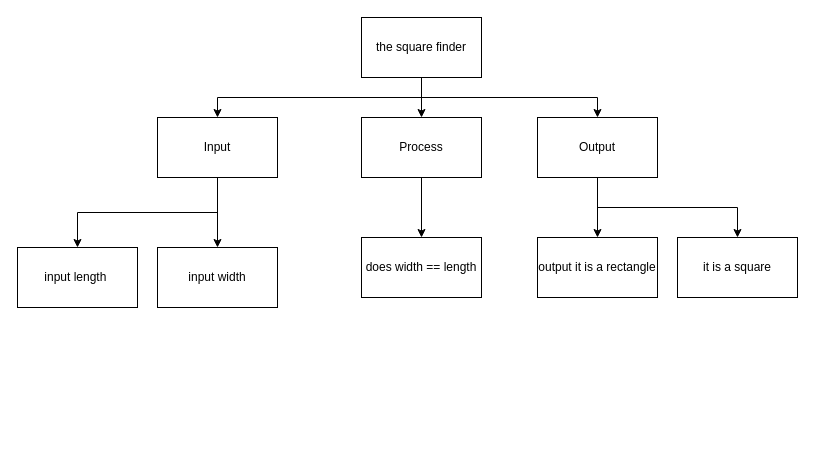
Before: plan.drawio in devin-jhu/ICS3U-Assignment3-Python, a draw.io diagram. Source tidied: cells renumbered, new cells numbered last; positions are measured from the earlier drawing's top-left corner, leaving out a move shared by most shapes. Both pictures are drawn from the tidied source at 100%, with x=0, y=0 at pixel (17, 17).
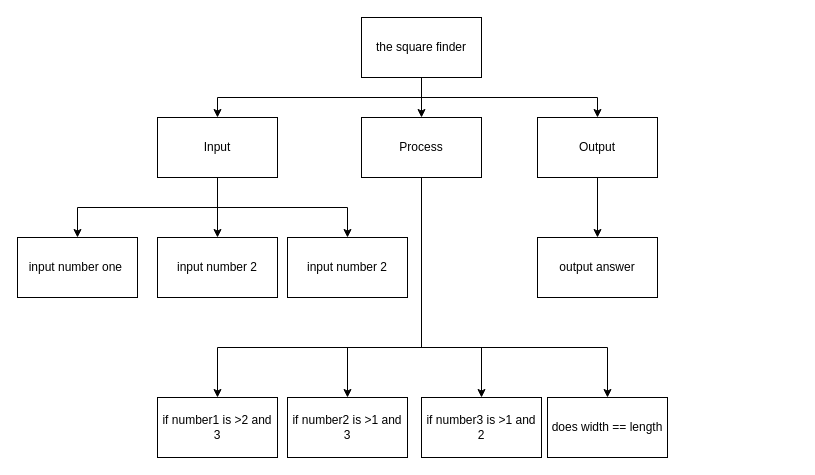
The same page after the edit.

Unchanged cells that the change refers to:
```xml
<mxCell id="8" value="Input" style="rounded=0;whiteSpace=wrap;html=1;" parent="1" vertex="1">
  <mxGeometry x="140" y="100" width="120" height="60" as="geometry" />
</mxCell>
<mxCell id="10" value="Process" style="rounded=0;whiteSpace=wrap;html=1;" parent="1" vertex="1">
  <mxGeometry x="344" y="100" width="120" height="60" as="geometry" />
</mxCell>
<mxCell id="13" value="Output" style="rounded=0;whiteSpace=wrap;html=1;" parent="1" vertex="1">
  <mxGeometry x="520" y="100" width="120" height="60" as="geometry" />
</mxCell>
```

The edit, as a diff of the source:
```diff
@@
+    <mxCell id="19" style="edgeStyle=orthogonalEdgeStyle;html=1;exitX=0.5;exitY=1;exitDx=0;exitDy=0;entryX=0.5;entryY=0;entryDx=0;entryDy=0;rounded=0;" parent="1" edge="1" source="8" target="23">
+      <mxGeometry relative="1" as="geometry" />
+    </mxCell>
@@
     <mxCell id="9" style="edgeStyle=orthogonalEdgeStyle;html=1;exitX=0.5;exitY=1;exitDx=0;exitDy=0;rounded=0;" parent="1" edge="1" source="10" target="14">
-      <mxGeometry relative="1" as="geometry" />
+      <mxGeometry relative="1" as="geometry">
+        <Array as="points">
+          <mxPoint x="404" y="330" />
+          <mxPoint x="590" y="330" />
+        </Array>
+      </mxGeometry>
     </mxCell>
+    <mxCell id="20" style="edgeStyle=orthogonalEdgeStyle;rounded=0;html=1;exitX=0.5;exitY=1;exitDx=0;exitDy=0;entryX=0.5;entryY=0;entryDx=0;entryDy=0;" parent="1" edge="1" source="10" target="24">
+      <mxGeometry relative="1" as="geometry">
+        <Array as="points">
+          <mxPoint x="404" y="330" />
+          <mxPoint x="464" y="330" />
+        </Array>
+      </mxGeometry>
+    </mxCell>
+    <mxCell id="21" style="edgeStyle=orthogonalEdgeStyle;rounded=0;html=1;exitX=0.5;exitY=1;exitDx=0;exitDy=0;entryX=0.5;entryY=0;entryDx=0;entryDy=0;" parent="1" edge="1" source="10" target="25">
+      <mxGeometry relative="1" as="geometry">
+        <Array as="points">
+          <mxPoint x="404" y="330" />
+          <mxPoint x="330" y="330" />
+        </Array>
+      </mxGeometry>
+    </mxCell>
+    <mxCell id="22" style="edgeStyle=orthogonalEdgeStyle;rounded=0;html=1;exitX=0.5;exitY=1;exitDx=0;exitDy=0;" parent="1" edge="1" source="10" target="26">
+      <mxGeometry relative="1" as="geometry">
+        <Array as="points">
+          <mxPoint x="404" y="330" />
+          <mxPoint x="200" y="330" />
+        </Array>
+      </mxGeometry>
+    </mxCell>
@@
-    <mxCell id="11" style="edgeStyle=orthogonalEdgeStyle;html=1;exitX=0.5;exitY=1;exitDx=0;exitDy=0;rounded=0;" parent="1" edge="1" source="13" target="15">
-      <mxGeometry relative="1" as="geometry" />
-    </mxCell>
@@
     <mxCell id="14" value="does width == length" style="rounded=0;whiteSpace=wrap;html=1;" parent="1" vertex="1">
-      <mxGeometry x="344" y="220" width="120" height="60" as="geometry" />
+      <mxGeometry x="530" y="380" width="120" height="60" as="geometry" />
     </mxCell>
-    <mxCell id="15" value="it is a square" style="rounded=0;whiteSpace=wrap;html=1;" parent="1" vertex="1">
-      <mxGeometry x="660" y="220" width="120" height="60" as="geometry" />
-    </mxCell>
-    <mxCell id="16" value="input length&amp;nbsp;" style="rounded=0;whiteSpace=wrap;html=1;" parent="1" vertex="1">
-      <mxGeometry y="230" width="120" height="60" as="geometry" />
+    <mxCell id="16" value="input number one&amp;nbsp;" style="rounded=0;whiteSpace=wrap;html=1;" parent="1" vertex="1">
+      <mxGeometry y="220" width="120" height="60" as="geometry" />
     </mxCell>
-    <mxCell id="17" value="input width" style="rounded=0;whiteSpace=wrap;html=1;" parent="1" vertex="1">
-      <mxGeometry x="140" y="230" width="120" height="60" as="geometry" />
+    <mxCell id="17" value="input number 2" style="rounded=0;whiteSpace=wrap;html=1;" parent="1" vertex="1">
+      <mxGeometry x="140" y="220" width="120" height="60" as="geometry" />
     </mxCell>
-    <mxCell id="18" value="output it is a rectangle" style="rounded=0;whiteSpace=wrap;html=1;" parent="1" vertex="1">
+    <mxCell id="18" value="output answer" style="rounded=0;whiteSpace=wrap;html=1;" parent="1" vertex="1">
       <mxGeometry x="520" y="220" width="120" height="60" as="geometry" />
     </mxCell>
+    <mxCell id="23" value="input number 2" style="rounded=0;whiteSpace=wrap;html=1;" parent="1" vertex="1">
+      <mxGeometry x="270" y="220" width="120" height="60" as="geometry" />
+    </mxCell>
+    <mxCell id="24" value="if number3 is &amp;gt;1 and 2" style="rounded=0;whiteSpace=wrap;html=1;" parent="1" vertex="1">
+      <mxGeometry x="404" y="380" width="120" height="60" as="geometry" />
+    </mxCell>
+    <mxCell id="25" value="if number2 is &amp;gt;1 and 3" style="rounded=0;whiteSpace=wrap;html=1;" parent="1" vertex="1">
+      <mxGeometry x="270" y="380" width="120" height="60" as="geometry" />
+    </mxCell>
+    <mxCell id="26" value="if number1 is &amp;gt;2 and 3" style="rounded=0;whiteSpace=wrap;html=1;" parent="1" vertex="1">
+      <mxGeometry x="140" y="380" width="120" height="60" as="geometry" />
+    </mxCell>
```
